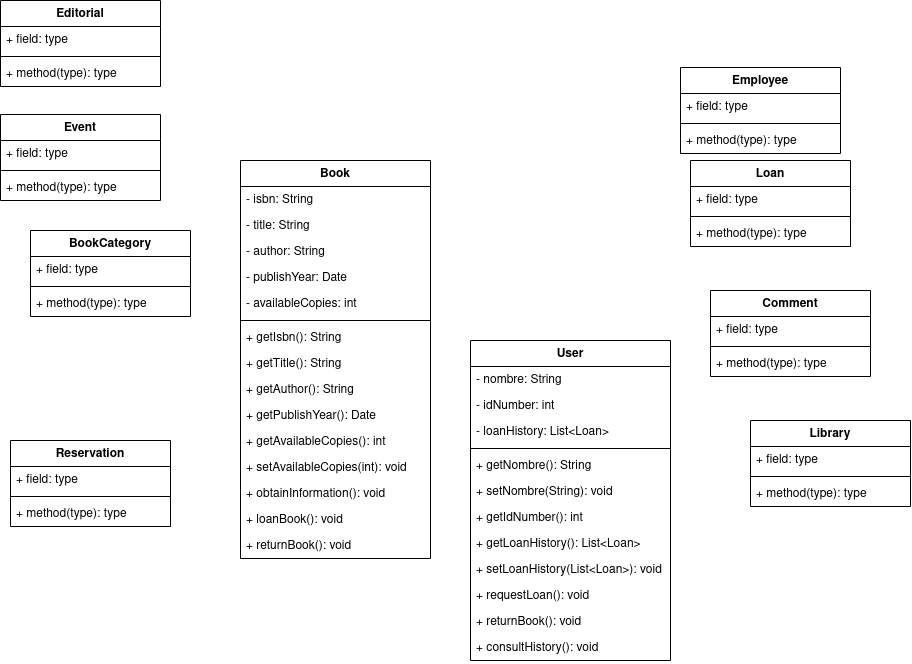
This is proyecto/classdiagram/classdiagramlibrary.png from mackstm/ets, a draw.io export, as it was before one commit. Source tidied: cells renumbered, new cells last; positions are measured from the earlier drawing's top-left corner, leaving out a move shared by most shapes.
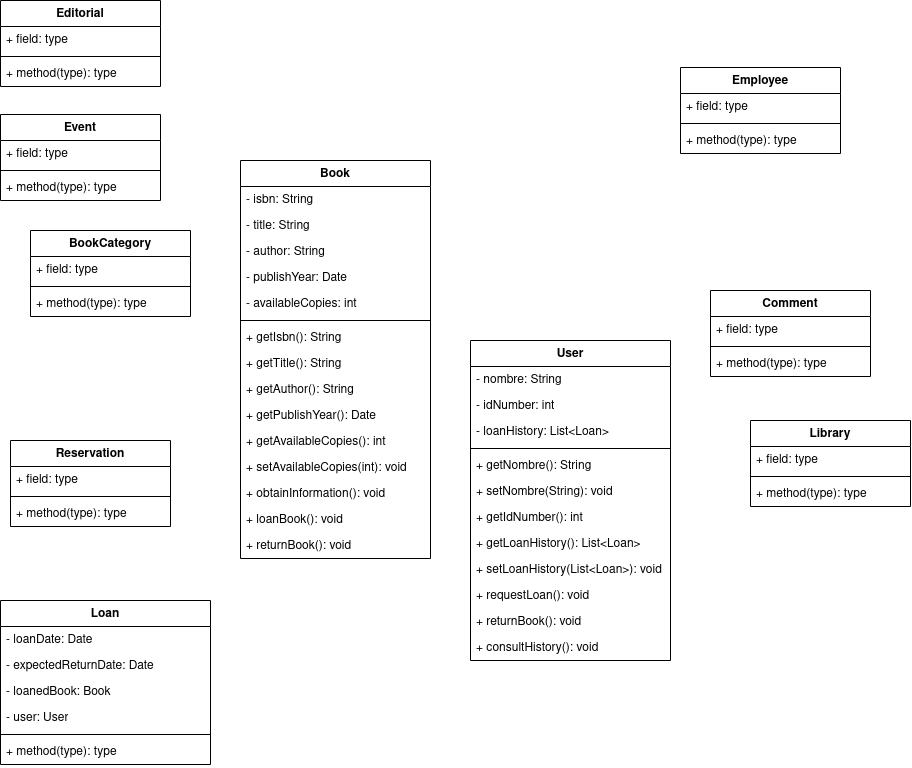
The same file after the commit.

What changed in the source:
```diff
@@ -150,16 +150,25 @@
       <mxGeometry y="60" width="160" height="26" as="geometry" />
     </mxCell>
     <mxCell id="51" value="Loan" style="swimlane;fontStyle=1;align=center;verticalAlign=top;horizontal=1;startSize=26;whiteSpace=wrap;html=1;" parent="1" vertex="1">
-      <mxGeometry x="690" y="160" width="160" height="86" as="geometry" />
+      <mxGeometry y="600" width="210" height="164" as="geometry" />
     </mxCell>
-    <mxCell id="52" value="+ field: type" style="text;strokeColor=none;fillColor=none;align=left;verticalAlign=top;spacingLeft=4;spacingRight=4;overflow=hidden;whiteSpace=wrap;html=1;" parent="51" vertex="1">
-      <mxGeometry y="26" width="160" height="26" as="geometry" />
+    <mxCell id="52" value="- loanDate: Date" style="text;strokeColor=none;fillColor=none;align=left;verticalAlign=top;spacingLeft=4;spacingRight=4;overflow=hidden;whiteSpace=wrap;html=1;" parent="51" vertex="1">
+      <mxGeometry y="26" width="210" height="26" as="geometry" />
     </mxCell>
+    <mxCell id="63" value="- expectedReturnDate: Date" style="text;strokeColor=none;fillColor=none;align=left;verticalAlign=top;spacingLeft=4;spacingRight=4;overflow=hidden;whiteSpace=wrap;html=1;" parent="51" vertex="1">
+      <mxGeometry y="52" width="210" height="26" as="geometry" />
+    </mxCell>
+    <mxCell id="64" value="- loanedBook: Book" style="text;strokeColor=none;fillColor=none;align=left;verticalAlign=top;spacingLeft=4;spacingRight=4;overflow=hidden;whiteSpace=wrap;html=1;" parent="51" vertex="1">
+      <mxGeometry y="78" width="210" height="26" as="geometry" />
+    </mxCell>
+    <mxCell id="65" value="- user: User" style="text;strokeColor=none;fillColor=none;align=left;verticalAlign=top;spacingLeft=4;spacingRight=4;overflow=hidden;whiteSpace=wrap;html=1;" parent="51" vertex="1">
+      <mxGeometry y="104" width="210" height="26" as="geometry" />
+    </mxCell>
     <mxCell id="53" style="line;strokeWidth=1;fillColor=none;align=left;verticalAlign=middle;spacingTop=-1;spacingLeft=3;spacingRight=3;labelPosition=right;strokeColor=inherit;" parent="51" vertex="1">
-      <mxGeometry y="52" width="160" height="8" as="geometry" />
+      <mxGeometry y="130" width="210" height="8" as="geometry" />
     </mxCell>
     <mxCell id="54" value="+ method(type): type" style="text;strokeColor=none;fillColor=none;align=left;verticalAlign=top;spacingLeft=4;spacingRight=4;overflow=hidden;whiteSpace=wrap;html=1;" parent="51" vertex="1">
-      <mxGeometry y="60" width="160" height="26" as="geometry" />
+      <mxGeometry y="138" width="210" height="26" as="geometry" />
     </mxCell>
     <mxCell id="55" value="Editorial" style="swimlane;fontStyle=1;align=center;verticalAlign=top;horizontal=1;startSize=26;whiteSpace=wrap;html=1;" parent="1" vertex="1">
       <mxGeometry width="160" height="86" as="geometry" />
```
